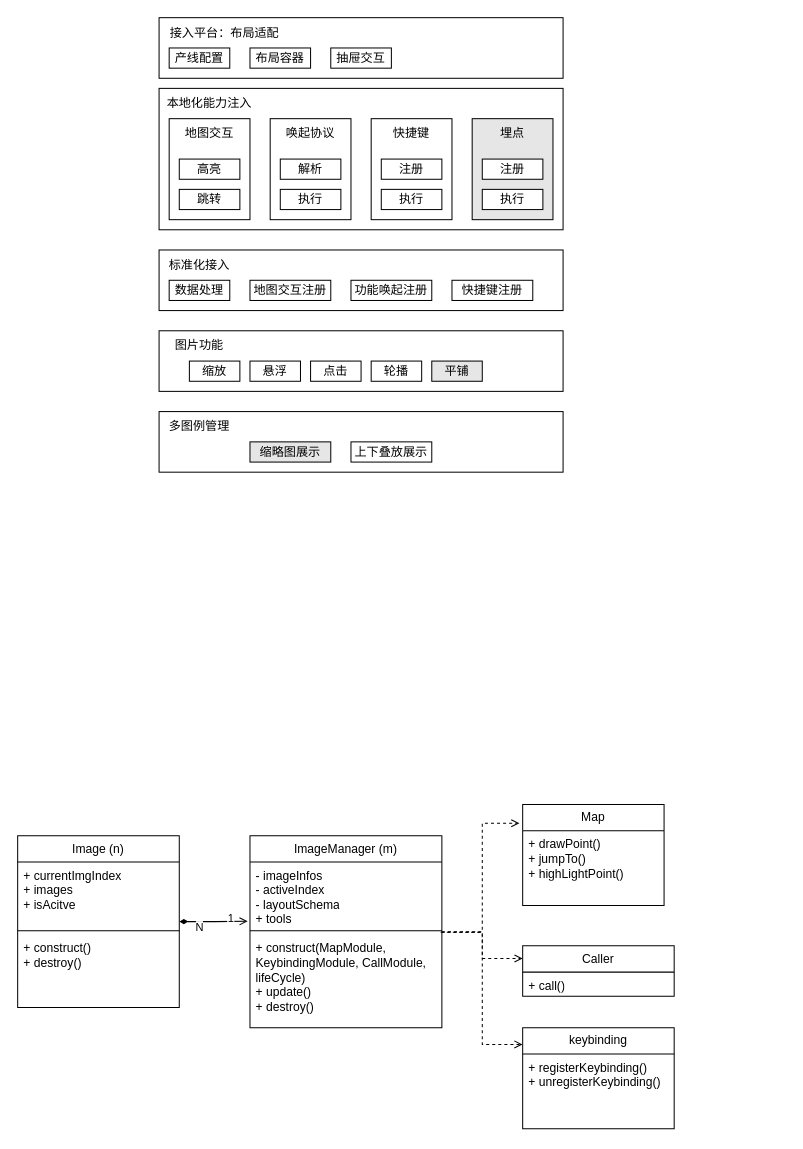
This is 通用图片推荐功能.drawio from Rmttf/draw.io-diagrams, a draw.io file, before an edit. Source tidied: cells renumbered, new cells numbered last; positions are measured from the earlier drawing's top-left corner, leaving out a move shared by most shapes. Both pictures are drawn from the tidied source at 101%, with x=0, y=0 at pixel (17, 17).
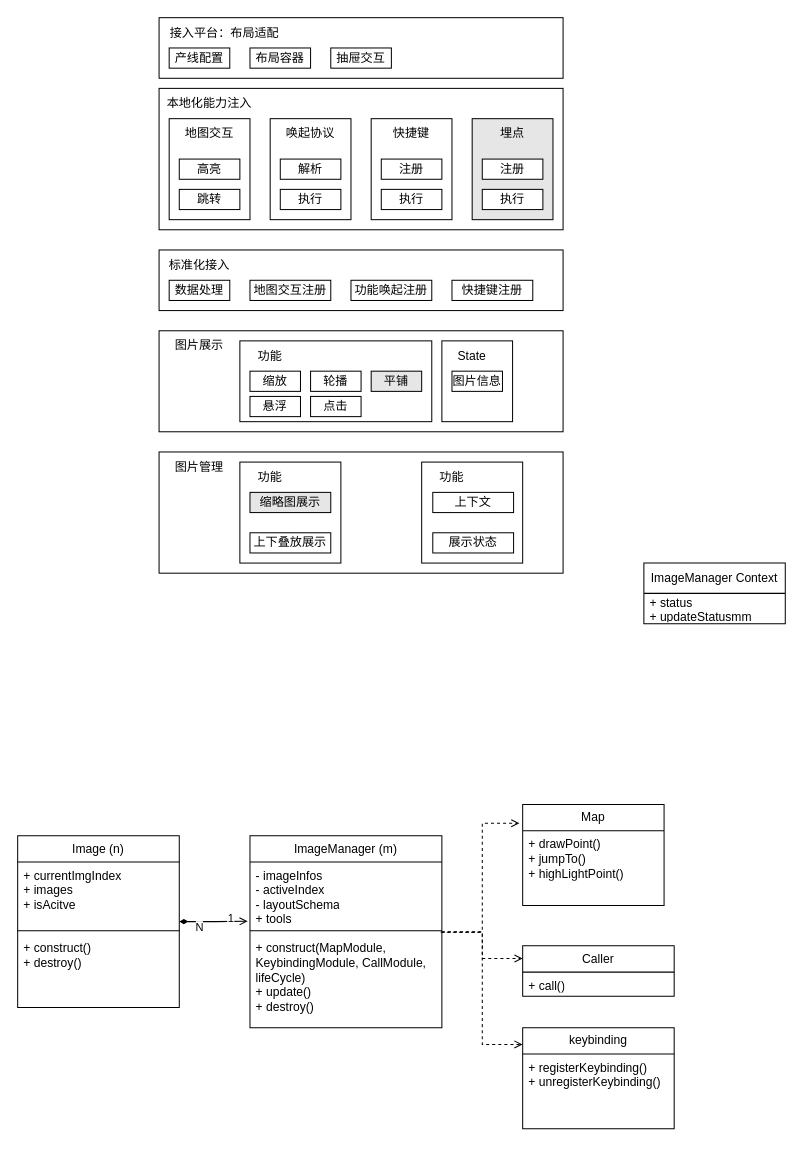
After the change.

Commit message:
更新通用图片推荐功能.drawio

The edit, as a diff of the source:
```diff
@@
+    <mxCell id="26" style="rounded=0;whiteSpace=wrap;html=1;" parent="1" vertex="1">
+      <mxGeometry x="140" y="310" width="400" height="100" as="geometry" />
+    </mxCell>
+    <mxCell id="62" style="rounded=0;whiteSpace=wrap;html=1;" parent="1" vertex="1">
+      <mxGeometry x="420" y="320" width="70" height="80" as="geometry" />
+    </mxCell>
+    <mxCell id="63" style="rounded=0;whiteSpace=wrap;html=1;" parent="1" vertex="1">
+      <mxGeometry x="220" y="320" width="190" height="80" as="geometry" />
+    </mxCell>
@@
-    <mxCell id="26" style="rounded=0;whiteSpace=wrap;html=1;" parent="1" vertex="1">
-      <mxGeometry x="140" y="310" width="400" height="60" as="geometry" />
-    </mxCell>
-    <mxCell id="27" value="图片功能" style="text;html=1;align=center;verticalAlign=middle;whiteSpace=wrap;rounded=0;" parent="1" vertex="1">
+    <mxCell id="27" value="图片展示" style="text;html=1;align=center;verticalAlign=middle;whiteSpace=wrap;rounded=0;" parent="1" vertex="1">
       <mxGeometry x="140" y="310" width="80" height="30" as="geometry" />
     </mxCell>
     <mxCell id="28" value="缩放" style="rounded=0;whiteSpace=wrap;html=1;" parent="1" vertex="1">
-      <mxGeometry x="170" y="340" width="50" height="20" as="geometry" />
+      <mxGeometry x="230" y="350" width="50" height="20" as="geometry" />
     </mxCell>
     <mxCell id="29" value="悬浮" style="rounded=0;whiteSpace=wrap;html=1;" parent="1" vertex="1">
-      <mxGeometry x="230" y="340" width="50" height="20" as="geometry" />
+      <mxGeometry x="230" y="375" width="50" height="20" as="geometry" />
     </mxCell>
     <mxCell id="30" value="点击" style="rounded=0;whiteSpace=wrap;html=1;" parent="1" vertex="1">
-      <mxGeometry x="290" y="340" width="50" height="20" as="geometry" />
+      <mxGeometry x="290" y="375" width="50" height="20" as="geometry" />
     </mxCell>
     <mxCell id="31" value="轮播" style="rounded=0;whiteSpace=wrap;html=1;" parent="1" vertex="1">
-      <mxGeometry x="350" y="340" width="50" height="20" as="geometry" />
+      <mxGeometry x="290" y="350" width="50" height="20" as="geometry" />
     </mxCell>
     <mxCell id="32" value="平铺" style="rounded=0;whiteSpace=wrap;html=1;fillColor=#E6E6E6;" parent="1" vertex="1">
-      <mxGeometry x="410" y="340" width="50" height="20" as="geometry" />
+      <mxGeometry x="350" y="350" width="50" height="20" as="geometry" />
     </mxCell>
     <mxCell id="33" style="rounded=0;whiteSpace=wrap;html=1;" parent="1" vertex="1">
-      <mxGeometry x="140" y="390" width="400" height="60" as="geometry" />
+      <mxGeometry x="140" y="430" width="400" height="120" as="geometry" />
     </mxCell>
-    <mxCell id="34" value="多图例管理" style="text;html=1;align=center;verticalAlign=middle;whiteSpace=wrap;rounded=0;" parent="1" vertex="1">
-      <mxGeometry x="140" y="390" width="80" height="30" as="geometry" />
+    <mxCell id="34" value="图片管理" style="text;html=1;align=center;verticalAlign=middle;whiteSpace=wrap;rounded=0;" parent="1" vertex="1">
+      <mxGeometry x="140" y="430" width="80" height="30" as="geometry" />
     </mxCell>
-    <mxCell id="35" value="缩略图展示" style="rounded=0;whiteSpace=wrap;html=1;fillColor=#E6E6E6;" parent="1" vertex="1">
-      <mxGeometry x="230" y="420" width="80" height="20" as="geometry" />
-    </mxCell>
-    <mxCell id="36" value="上下叠放展示" style="rounded=0;whiteSpace=wrap;html=1;" parent="1" vertex="1">
-      <mxGeometry x="330" y="420" width="80" height="20" as="geometry" />
-    </mxCell>
@@
+    <mxCell id="64" value="ImageManager Context" style="swimlane;fontStyle=0;horizontal=1;startSize=30;whiteSpace=wrap;html=1;" parent="1" vertex="1">
+      <mxGeometry x="620" y="540" width="140" height="60" as="geometry" />
+    </mxCell>
+    <mxCell id="65" value="+ status&lt;div&gt;+ updateStatusmm&lt;/div&gt;" style="text;strokeColor=none;fillColor=none;align=left;verticalAlign=middle;spacingLeft=4;spacingRight=4;overflow=hidden;whiteSpace=wrap;html=1;" parent="64" vertex="1">
+      <mxGeometry y="30" width="140" height="30" as="geometry" />
+    </mxCell>
+    <mxCell id="66" value="图片信息" style="rounded=0;whiteSpace=wrap;html=1;" parent="1" vertex="1">
+      <mxGeometry x="430" y="350" width="50" height="20" as="geometry" />
+    </mxCell>
+    <mxCell id="67" value="功能" style="text;html=1;align=center;verticalAlign=middle;whiteSpace=wrap;rounded=0;" parent="1" vertex="1">
+      <mxGeometry x="220" y="320" width="60" height="30" as="geometry" />
+    </mxCell>
+    <mxCell id="68" value="State" style="text;html=1;align=center;verticalAlign=middle;whiteSpace=wrap;rounded=0;" parent="1" vertex="1">
+      <mxGeometry x="420" y="320" width="60" height="30" as="geometry" />
+    </mxCell>
+    <mxCell id="69" style="rounded=0;whiteSpace=wrap;html=1;" parent="1" vertex="1">
+      <mxGeometry x="220" y="440" width="100" height="100" as="geometry" />
+    </mxCell>
+    <mxCell id="70" value="功能" style="text;html=1;align=center;verticalAlign=middle;whiteSpace=wrap;rounded=0;" parent="1" vertex="1">
+      <mxGeometry x="220" y="440" width="60" height="30" as="geometry" />
+    </mxCell>
+    <mxCell id="35" value="缩略图展示" style="rounded=0;whiteSpace=wrap;html=1;fillColor=#E6E6E6;" parent="1" vertex="1">
+      <mxGeometry x="230" y="470" width="80" height="20" as="geometry" />
+    </mxCell>
+    <mxCell id="36" value="上下叠放展示" style="rounded=0;whiteSpace=wrap;html=1;" parent="1" vertex="1">
+      <mxGeometry x="230" y="510" width="80" height="20" as="geometry" />
+    </mxCell>
+    <mxCell id="71" style="rounded=0;whiteSpace=wrap;html=1;" parent="1" vertex="1">
+      <mxGeometry x="400" y="440" width="100" height="100" as="geometry" />
+    </mxCell>
+    <mxCell id="72" value="功能" style="text;html=1;align=center;verticalAlign=middle;whiteSpace=wrap;rounded=0;" parent="1" vertex="1">
+      <mxGeometry x="400" y="440" width="60" height="30" as="geometry" />
+    </mxCell>
+    <mxCell id="73" value="上下文" style="rounded=0;whiteSpace=wrap;html=1;" parent="1" vertex="1">
+      <mxGeometry x="411" y="470" width="80" height="20" as="geometry" />
+    </mxCell>
+    <mxCell id="74" value="展示状态" style="rounded=0;whiteSpace=wrap;html=1;" parent="1" vertex="1">
+      <mxGeometry x="411" y="510" width="80" height="20" as="geometry" />
+    </mxCell>
```
